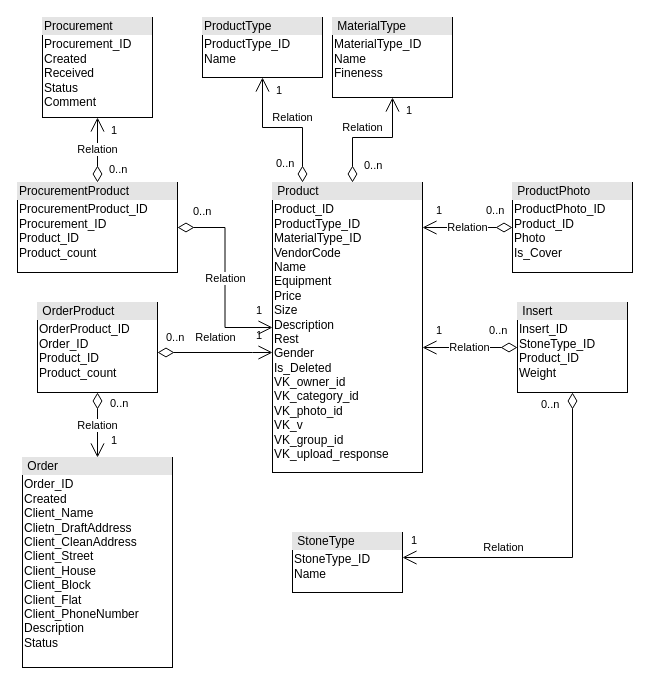
Above: ER-diagram-v5.drawio in omelchenkopete/SA (draw.io), before the change. Source tidied: cells renumbered, new cells numbered last; positions are measured from the earlier drawing's top-left corner, leaving out a move shared by most shapes. Both pictures are drawn from the tidied source at 100%, with x=0, y=0 at pixel (17, 17).
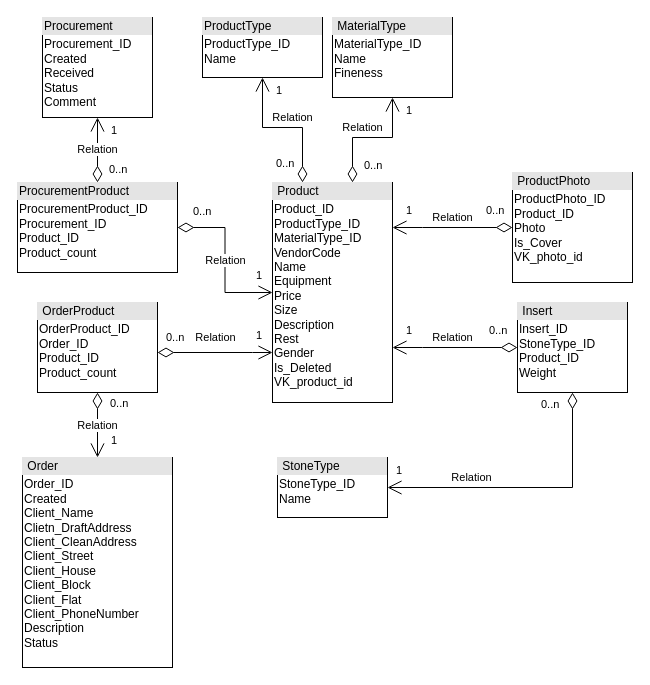
After the change.

The change refers to these unchanged cells:
```xml
<mxCell id="4" value="&lt;div style=&quot;box-sizing:border-box;width:100%;background:#e4e4e4;padding:2px;&quot;&gt;&amp;nbsp;Insert&lt;/div&gt;&lt;table style=&quot;width:100%;font-size:1em;&quot; cellpadding=&quot;2&quot; cellspacing=&quot;0&quot;&gt;&lt;tbody&gt;&lt;tr&gt;&lt;td&gt;Insert_ID&lt;br&gt;StoneType_ID&lt;br&gt;Product_ID&lt;br&gt;Weight&lt;br&gt;&lt;/td&gt;&lt;td&gt;&lt;/td&gt;&lt;/tr&gt;&lt;/tbody&gt;&lt;/table&gt;" style="verticalAlign=top;align=left;overflow=fill;html=1;whiteSpace=wrap;strokeColor=default;gradientColor=none;fillColor=default;rounded=0;glass=0;shadow=0;noLabel=0;portConstraintRotation=0;snapToPoint=0;fixDash=0;enumerate=0;comic=0;" parent="1" vertex="1">
  <mxGeometry x="500" y="285" width="110" height="90" as="geometry" />
</mxCell>
```

What changed in the source:
```diff
@@
-    <mxCell id="2" value="&lt;div style=&quot;box-sizing:border-box;width:100%;background:#e4e4e4;padding:2px;&quot;&gt;&amp;nbsp;Product&lt;/div&gt;&lt;table style=&quot;width:100%;font-size:1em;&quot; cellpadding=&quot;2&quot; cellspacing=&quot;0&quot;&gt;&lt;tbody&gt;&lt;tr&gt;&lt;td&gt;Product_ID&lt;br&gt;ProductType_ID&lt;br&gt;MaterialType_ID&lt;br&gt;VendorCode&lt;br&gt;Name&lt;br&gt;Equipment&lt;br&gt;Price&lt;br&gt;Size&lt;br&gt;Description&lt;br&gt;Rest&lt;br&gt;Gender&lt;br&gt;Is_Deleted&lt;br&gt;VK_owner_id&lt;div&gt;VK_category_id&lt;/div&gt;&lt;div&gt;VK_photo_id&lt;/div&gt;&lt;div&gt;VK_v&lt;/div&gt;&lt;div&gt;VK_group_id&lt;/div&gt;&lt;div&gt;VK_upload_response&lt;/div&gt;&lt;/td&gt;&lt;td&gt;&lt;/td&gt;&lt;/tr&gt;&lt;/tbody&gt;&lt;/table&gt;" style="verticalAlign=top;align=left;overflow=fill;html=1;whiteSpace=wrap;strokeColor=default;gradientColor=none;fillColor=default;rounded=0;glass=0;shadow=0;noLabel=0;portConstraintRotation=0;snapToPoint=0;fixDash=0;enumerate=0;comic=0;" parent="1" vertex="1">
-      <mxGeometry x="255" y="165" width="150" height="290" as="geometry" />
+    <mxCell id="2" value="&lt;div style=&quot;box-sizing:border-box;width:100%;background:#e4e4e4;padding:2px;&quot;&gt;&amp;nbsp;Product&lt;/div&gt;&lt;table style=&quot;width:100%;font-size:1em;&quot; cellpadding=&quot;2&quot; cellspacing=&quot;0&quot;&gt;&lt;tbody&gt;&lt;tr&gt;&lt;td&gt;Product_ID&lt;br&gt;ProductType_ID&lt;br&gt;MaterialType_ID&lt;br&gt;VendorCode&lt;br&gt;Name&lt;br&gt;Equipment&lt;br&gt;Price&lt;br&gt;Size&lt;br&gt;Description&lt;br&gt;Rest&lt;br&gt;Gender&lt;br&gt;Is_Deleted&lt;br&gt;&lt;div&gt;VK_product_id&lt;/div&gt;&lt;/td&gt;&lt;td&gt;&lt;/td&gt;&lt;/tr&gt;&lt;/tbody&gt;&lt;/table&gt;" style="verticalAlign=top;align=left;overflow=fill;html=1;whiteSpace=wrap;strokeColor=default;gradientColor=none;fillColor=default;rounded=0;glass=0;shadow=0;noLabel=0;portConstraintRotation=0;snapToPoint=0;fixDash=0;enumerate=0;comic=0;" parent="1" vertex="1">
+      <mxGeometry x="255" y="165" width="120" height="220" as="geometry" />
     </mxCell>
-    <mxCell id="3" value="&lt;div style=&quot;box-sizing:border-box;width:100%;background:#e4e4e4;padding:2px;&quot;&gt;&amp;nbsp;ProductPhoto&lt;/div&gt;&lt;table style=&quot;width:100%;font-size:1em;&quot; cellpadding=&quot;2&quot; cellspacing=&quot;0&quot;&gt;&lt;tbody&gt;&lt;tr&gt;&lt;td&gt;ProductPhoto_ID&lt;br&gt;Product_ID&lt;br&gt;Photo&lt;br&gt;Is_Cover&lt;br&gt;&lt;/td&gt;&lt;td&gt;&lt;/td&gt;&lt;/tr&gt;&lt;/tbody&gt;&lt;/table&gt;" style="verticalAlign=top;align=left;overflow=fill;html=1;whiteSpace=wrap;strokeColor=default;gradientColor=none;fillColor=default;rounded=0;glass=0;shadow=0;noLabel=0;portConstraintRotation=0;snapToPoint=0;fixDash=0;enumerate=0;comic=0;" parent="1" vertex="1">
-      <mxGeometry x="495" y="165" width="120" height="90" as="geometry" />
+    <mxCell id="3" value="&lt;div style=&quot;box-sizing:border-box;width:100%;background:#e4e4e4;padding:2px;&quot;&gt;&amp;nbsp;ProductPhoto&lt;/div&gt;&lt;table style=&quot;width:100%;font-size:1em;&quot; cellpadding=&quot;2&quot; cellspacing=&quot;0&quot;&gt;&lt;tbody&gt;&lt;tr&gt;&lt;td&gt;ProductPhoto_ID&lt;br&gt;Product_ID&lt;br&gt;Photo&lt;br&gt;Is_Cover&lt;br&gt;VK_photo_id&lt;/td&gt;&lt;td&gt;&lt;/td&gt;&lt;/tr&gt;&lt;/tbody&gt;&lt;/table&gt;" style="verticalAlign=top;align=left;overflow=fill;html=1;whiteSpace=wrap;strokeColor=default;gradientColor=none;fillColor=default;rounded=0;glass=0;shadow=0;noLabel=0;portConstraintRotation=0;snapToPoint=0;fixDash=0;enumerate=0;comic=0;" parent="1" vertex="1">
+      <mxGeometry x="495" y="155" width="120" height="110" as="geometry" />
     </mxCell>
@@
     <mxCell id="5" value="&lt;div style=&quot;box-sizing:border-box;width:100%;background:#e4e4e4;padding:2px;&quot;&gt;&amp;nbsp;StoneType&lt;/div&gt;&lt;table style=&quot;width:100%;font-size:1em;&quot; cellpadding=&quot;2&quot; cellspacing=&quot;0&quot;&gt;&lt;tbody&gt;&lt;tr&gt;&lt;td&gt;StoneType_ID&lt;br&gt;Name&lt;br&gt;&lt;/td&gt;&lt;td&gt;&lt;/td&gt;&lt;/tr&gt;&lt;/tbody&gt;&lt;/table&gt;" style="verticalAlign=top;align=left;overflow=fill;html=1;whiteSpace=wrap;strokeColor=default;gradientColor=none;fillColor=default;rounded=0;glass=0;shadow=0;noLabel=0;portConstraintRotation=0;snapToPoint=0;fixDash=0;enumerate=0;comic=0;" parent="1" vertex="1">
-      <mxGeometry x="275" y="515" width="110" height="60" as="geometry" />
+      <mxGeometry x="260" y="440" width="110" height="60" as="geometry" />
     </mxCell>
@@
     <mxCell id="8" value="Relation" style="endArrow=open;html=1;endSize=12;startArrow=diamondThin;startSize=14;startFill=0;edgeStyle=orthogonalEdgeStyle;rounded=0;" parent="1" edge="1" source="3" target="2">
-      <mxGeometry relative="1" as="geometry">
+      <mxGeometry y="-10" relative="1" as="geometry">
         <Array as="points">
           <mxPoint x="405" y="210" />
           <mxPoint x="405" y="210" />
         </Array>
       </mxGeometry>
     </mxCell>
@@
     <mxCell id="11" value="Relation" style="endArrow=open;html=1;endSize=12;startArrow=diamondThin;startSize=14;startFill=0;edgeStyle=orthogonalEdgeStyle;rounded=0;" parent="1" edge="1" source="4" target="2">
-      <mxGeometry relative="1" as="geometry">
+      <mxGeometry x="0.04" y="-10" relative="1" as="geometry">
         <Array as="points">
           <mxPoint x="405" y="330" />
           <mxPoint x="405" y="330" />
         </Array>
       </mxGeometry>
     </mxCell>
@@
     <mxCell id="20" value="Relation" style="endArrow=open;html=1;endSize=12;startArrow=diamondThin;startSize=14;startFill=0;edgeStyle=orthogonalEdgeStyle;rounded=0;" parent="1" edge="1" source="4" target="5">
       <mxGeometry x="0.4" y="-10" relative="1" as="geometry">
         <Array as="points">
-          <mxPoint x="555" y="540" />
+          <mxPoint x="555" y="470" />
         </Array>
       </mxGeometry>
     </mxCell>
```
